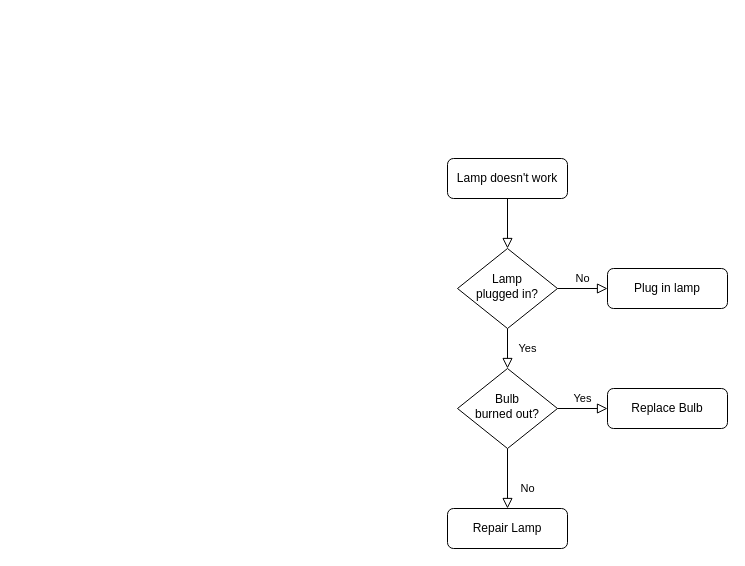
The draw.io diagram Q-learning for Flappy Bird.drawio in Zhou-AY/hello-world, before the edit. Source tidied: cells renumbered, new cells numbered last; positions are measured from the earlier drawing's top-left corner, leaving out a move shared by most shapes. Both pictures are drawn from the tidied source at 100%, with x=0, y=0 at pixel (447, 158).
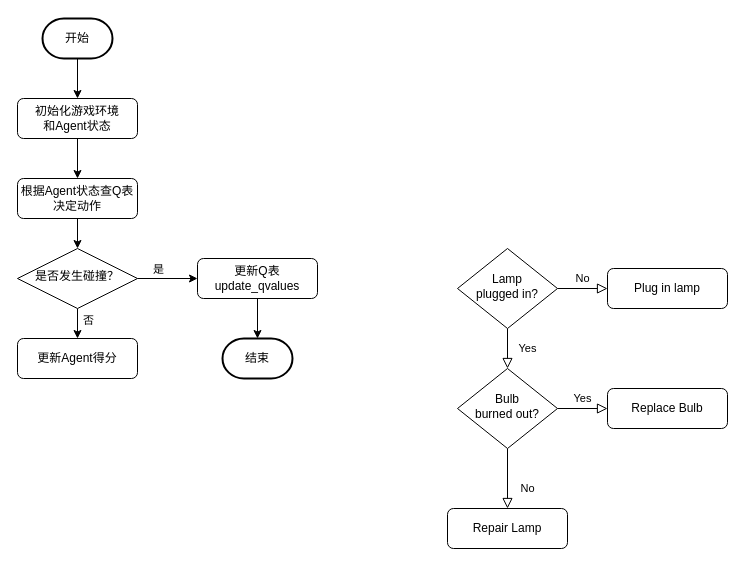
The same diagram, later.

Unchanged cells that the change refers to:
```xml
<mxCell id="6" value="Lamp&lt;br&gt;plugged in?" style="rhombus;whiteSpace=wrap;html=1;shadow=0;fontFamily=Helvetica;fontSize=12;align=center;strokeWidth=1;spacing=6;spacingTop=-4;" parent="1" vertex="1">
  <mxGeometry x="10" y="90" width="100" height="80" as="geometry" />
</mxCell>
```

Change to the diagram source:
```diff
@@
-    <mxCell id="2" style="rounded=0;html=1;jettySize=auto;fontSize=11;endArrow=block;endFill=0;endSize=8;strokeWidth=1;shadow=0;labelBackgroundColor=none;edgeStyle=orthogonalEdgeStyle;" parent="1" edge="1" source="3" target="6">
-      <mxGeometry relative="1" as="geometry" />
-    </mxCell>
+    <mxCell id="13" style="edgeStyle=orthogonalEdgeStyle;rounded=0;jettySize=auto;html=1;exitX=0.5;exitY=1;exitDx=0;exitDy=0;entryX=0.5;entryY=0;entryDx=0;entryDy=0;" parent="1" edge="1" source="3" target="18">
+      <mxGeometry relative="1" as="geometry" />
+    </mxCell>
-    <mxCell id="3" value="Lamp doesn't work" style="rounded=1;whiteSpace=wrap;html=1;fontSize=12;glass=0;strokeWidth=1;shadow=0;" parent="1" vertex="1">
-      <mxGeometry width="120" height="40" as="geometry" />
+    <mxCell id="3" value="初始化游戏环境&lt;br&gt;和Agent状态" style="rounded=1;whiteSpace=wrap;html=1;fontSize=12;glass=0;strokeWidth=1;shadow=0;" parent="1" vertex="1">
+      <mxGeometry x="-430" y="-60" width="120" height="40" as="geometry" />
     </mxCell>
@@
+    <mxCell id="14" style="edgeStyle=orthogonalEdgeStyle;rounded=0;jettySize=auto;html=1;exitX=0.5;exitY=1;exitDx=0;exitDy=0;exitPerimeter=0;entryX=0.5;entryY=0;entryDx=0;entryDy=0;" parent="1" edge="1" source="15" target="3">
+      <mxGeometry relative="1" as="geometry" />
+    </mxCell>
+    <mxCell id="15" value="开始" style="strokeWidth=2;html=1;shape=mxgraph.flowchart.terminator;whiteSpace=wrap;" parent="1" vertex="1">
+      <mxGeometry x="-405" y="-140" width="70" height="40" as="geometry" />
+    </mxCell>
+    <mxCell id="16" value="结束" style="strokeWidth=2;html=1;shape=mxgraph.flowchart.terminator;whiteSpace=wrap;" parent="1" vertex="1">
+      <mxGeometry x="-225" y="180" width="70" height="40" as="geometry" />
+    </mxCell>
+    <mxCell id="17" style="edgeStyle=orthogonalEdgeStyle;rounded=0;jettySize=auto;html=1;exitX=0.5;exitY=1;exitDx=0;exitDy=0;entryX=0.5;entryY=0;entryDx=0;entryDy=0;" parent="1" edge="1" source="18" target="23">
+      <mxGeometry relative="1" as="geometry" />
+    </mxCell>
+    <mxCell id="18" value="根据Agent状态查Q表&lt;br&gt;决定动作" style="rounded=1;whiteSpace=wrap;html=1;fontSize=12;glass=0;strokeWidth=1;shadow=0;" parent="1" vertex="1">
+      <mxGeometry x="-430" y="20" width="120" height="40" as="geometry" />
+    </mxCell>
+    <mxCell id="19" style="edgeStyle=orthogonalEdgeStyle;rounded=0;jettySize=auto;html=1;exitX=1;exitY=0.5;exitDx=0;exitDy=0;entryX=0;entryY=0.5;entryDx=0;entryDy=0;" parent="1" edge="1" source="23" target="25">
+      <mxGeometry relative="1" as="geometry" />
+    </mxCell>
+    <mxCell id="20" value="是" style="edgeLabel;html=1;align=center;verticalAlign=middle;" parent="19" vertex="1">
+      <mxGeometry x="0.07" y="1" relative="1" as="geometry">
+        <mxPoint x="-12" y="-9" as="offset" />
+      </mxGeometry>
+    </mxCell>
+    <mxCell id="21" style="edgeStyle=orthogonalEdgeStyle;rounded=0;jettySize=auto;html=1;exitX=0.5;exitY=1;exitDx=0;exitDy=0;entryX=0.5;entryY=0;entryDx=0;entryDy=0;" parent="1" edge="1" source="23" target="24">
+      <mxGeometry relative="1" as="geometry" />
+    </mxCell>
+    <mxCell id="22" value="否" style="edgeLabel;html=1;align=center;verticalAlign=middle;" parent="21" vertex="1">
+      <mxGeometry x="-0.25" relative="1" as="geometry">
+        <mxPoint x="10" as="offset" />
+      </mxGeometry>
+    </mxCell>
+    <mxCell id="23" value="是否发生碰撞？" style="rhombus;whiteSpace=wrap;html=1;shadow=0;fontFamily=Helvetica;fontSize=12;align=center;strokeWidth=1;spacing=6;spacingTop=-4;" parent="1" vertex="1">
+      <mxGeometry x="-430" y="90" width="120" height="60" as="geometry" />
+    </mxCell>
+    <mxCell id="24" value="更新Agent得分" style="rounded=1;whiteSpace=wrap;html=1;fontSize=12;glass=0;strokeWidth=1;shadow=0;" parent="1" vertex="1">
+      <mxGeometry x="-430" y="180" width="120" height="40" as="geometry" />
+    </mxCell>
+    <mxCell id="25" value="更新Q表&lt;br&gt;update_qvalues" style="rounded=1;whiteSpace=wrap;html=1;fontSize=12;glass=0;strokeWidth=1;shadow=0;" parent="1" vertex="1">
+      <mxGeometry x="-250" y="100" width="120" height="40" as="geometry" />
+    </mxCell>
+    <mxCell id="26" style="edgeStyle=orthogonalEdgeStyle;rounded=0;jettySize=auto;html=1;exitX=0.5;exitY=1;exitDx=0;exitDy=0;entryX=0.5;entryY=0;entryDx=0;entryDy=0;entryPerimeter=0;" parent="1" edge="1" source="25" target="16">
+      <mxGeometry relative="1" as="geometry" />
+    </mxCell>
```
